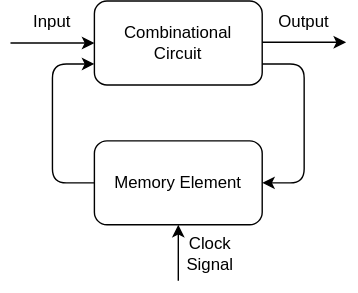
Earlier version of the draw.io export my-project/docs/assets/images/DLD/Sequential Logic Circuit.svg (Gerard-Devlin/TechMind). Source tidied: cells renumbered, new cells last; positions are measured from the earlier drawing's top-left corner, leaving out a move shared by most shapes.
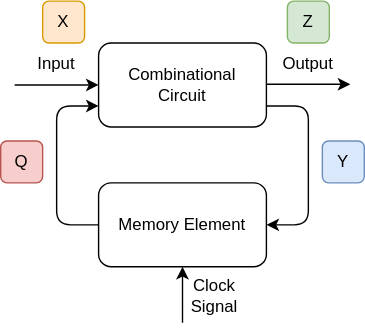
After the commit.

Diff of the diagram source:
```diff
@@ -49,5 +49,17 @@
     <mxCell id="11" value="Output" style="text;html=1;whiteSpace=wrap;strokeColor=none;fillColor=none;align=center;verticalAlign=middle;rounded=0;" parent="1" vertex="1">
       <mxGeometry x="180" width="60" height="30" as="geometry" />
     </mxCell>
+    <mxCell id="12" value="Z" style="text;html=1;whiteSpace=wrap;strokeColor=#82b366;fillColor=#d5e8d4;align=center;verticalAlign=middle;rounded=1;gradientColor=none;glass=0;" parent="1" vertex="1">
+      <mxGeometry x="195" y="-30" width="30" height="30" as="geometry" />
+    </mxCell>
+    <mxCell id="13" value="X" style="text;html=1;whiteSpace=wrap;strokeColor=#d79b00;fillColor=#ffe6cc;align=center;verticalAlign=middle;rounded=1;" parent="1" vertex="1">
+      <mxGeometry x="20" y="-30" width="30" height="30" as="geometry" />
+    </mxCell>
+    <mxCell id="14" value="Y" style="text;html=1;whiteSpace=wrap;strokeColor=#6c8ebf;fillColor=#dae8fc;align=center;verticalAlign=middle;rounded=1;" parent="1" vertex="1">
+      <mxGeometry x="220" y="70" width="30" height="30" as="geometry" />
+    </mxCell>
+    <mxCell id="15" value="Q" style="text;html=1;whiteSpace=wrap;strokeColor=#b85450;fillColor=#f8cecc;align=center;verticalAlign=middle;rounded=1;" parent="1" vertex="1">
+      <mxGeometry x="-10" y="70" width="30" height="30" as="geometry" />
+    </mxCell>
   </root>
 </mxGraphModel>
```
